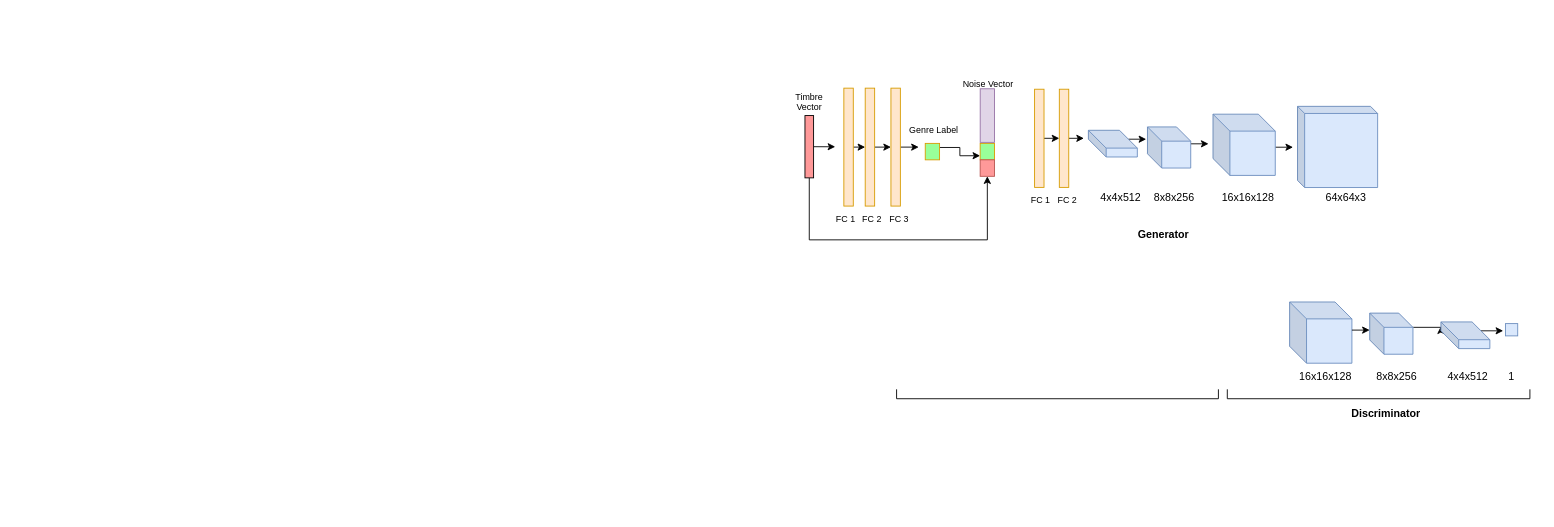
lbellman/SIN-esthesia keeps this draw.io diagram as SINesthesia_architecture.drawio. Above is the earlier version. Source tidied: cells renumbered, new cells numbered last; positions are measured from the earlier drawing's top-left corner, leaving out a move shared by most shapes. Both pictures are drawn from the tidied source at 89%, with x=0, y=0 at pixel (778, 70).
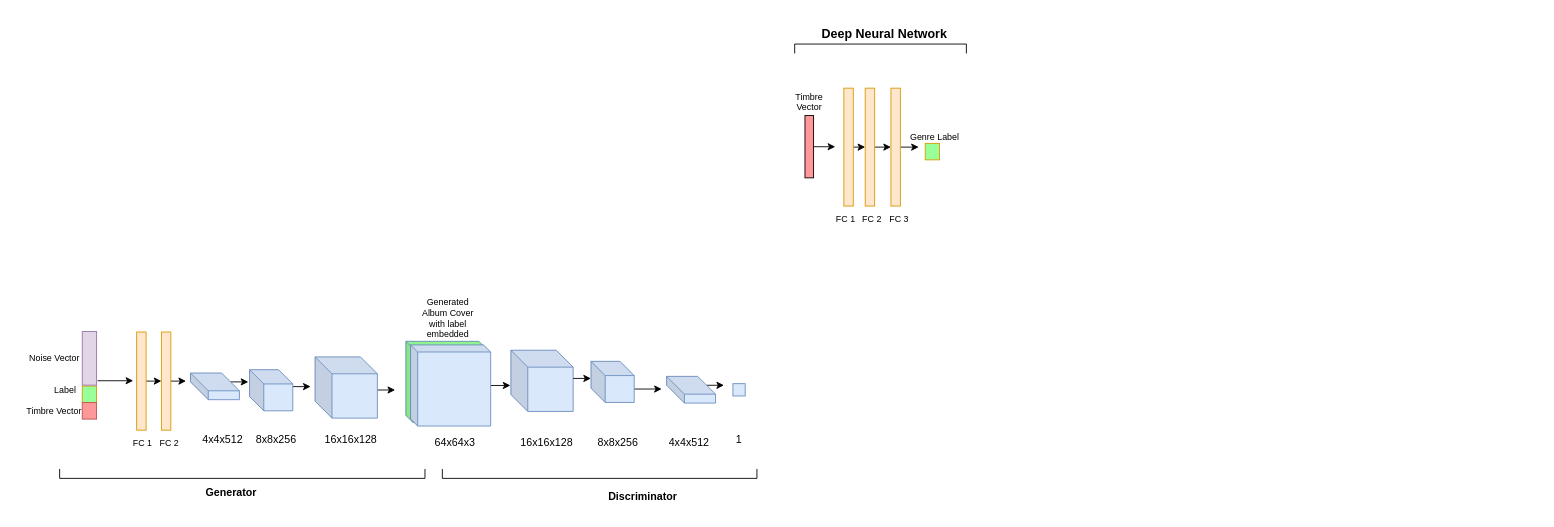
The same diagram, later.

Unchanged cells that the change refers to:
```xml
<mxCell id="36" style="rounded=0;whiteSpace=wrap;html=1;fontSize=10;fillColor=#FF9999;rotation=-90;" parent="1" vertex="1">
  <mxGeometry x="-0.2" y="80.5" width="70" height="9.7" as="geometry" />
</mxCell>
<mxCell id="48" style="rounded=0;whiteSpace=wrap;html=1;fillColor=#99FF99;rotation=90;strokeColor=#d79b00;" parent="1" vertex="1">
  <mxGeometry x="163.9" y="82.8" width="18.5" height="16.1" as="geometry" />
</mxCell>
```

Change to the diagram source:
```diff
@@
     <mxCell id="2" style="edgeStyle=orthogonalEdgeStyle;rounded=0;jettySize=auto;html=1;exitX=0;exitY=0;exitDx=45;exitDy=10;exitPerimeter=0;fontSize=10;" parent="1" edge="1" source="3">
       <mxGeometry relative="1" as="geometry">
-        <mxPoint x="413.4" y="76.7" as="targetPoint" />
+        <mxPoint x="-595.5" y="349.4" as="targetPoint" />
       </mxGeometry>
     </mxCell>
     <mxCell id="3" style="shape=cube;whiteSpace=wrap;html=1;boundedLbl=1;backgroundOutline=1;darkOpacity=0.05;darkOpacity2=0.1;fontSize=10;fillColor=#dae8fc;size=20;strokeColor=#6c8ebf;" parent="1" vertex="1">
-      <mxGeometry x="348.4" y="66.9" width="55" height="30" as="geometry" />
+      <mxGeometry x="-660.5" y="339.6" width="55" height="30" as="geometry" />
     </mxCell>
     <mxCell id="4" value="&lt;font style=&quot;font-size: 12px&quot;&gt;4x4x512&lt;/font&gt;" style="text;html=1;strokeColor=none;fillColor=none;align=center;verticalAlign=middle;whiteSpace=wrap;rounded=0;fontSize=10;" parent="1" vertex="1">
-      <mxGeometry x="354.8" y="127.5" width="60" height="30" as="geometry" />
+      <mxGeometry x="-654.1" y="400.2" width="60" height="30" as="geometry" />
     </mxCell>
     <mxCell id="5" style="edgeStyle=orthogonalEdgeStyle;rounded=0;jettySize=auto;html=1;exitX=0;exitY=0;exitDx=48.599999999999994;exitDy=19;exitPerimeter=0;fontSize=10;" parent="1" edge="1" source="6">
       <mxGeometry relative="1" as="geometry">
-        <mxPoint x="483.4" y="81.8" as="targetPoint" />
+        <mxPoint x="-525.5" y="354.6" as="targetPoint" />
       </mxGeometry>
     </mxCell>
     <mxCell id="6" style="shape=cube;whiteSpace=wrap;html=1;boundedLbl=1;backgroundOutline=1;darkOpacity=0.05;darkOpacity2=0.1;fontSize=10;fillColor=#dae8fc;size=16;strokeColor=#6c8ebf;" parent="1" vertex="1">
-      <mxGeometry x="414.8" y="63.1" width="48.6" height="46.2" as="geometry" />
+      <mxGeometry x="-594.1" y="335.9" width="48.6" height="46.2" as="geometry" />
     </mxCell>
     <mxCell id="7" value="&lt;font style=&quot;font-size: 12px&quot;&gt;8x8x256&lt;/font&gt;" style="text;html=1;strokeColor=none;fillColor=none;align=center;verticalAlign=middle;whiteSpace=wrap;rounded=0;fontSize=10;" parent="1" vertex="1">
-      <mxGeometry x="414.8" y="127.5" width="60" height="30" as="geometry" />
+      <mxGeometry x="-594.1" y="400.2" width="60" height="30" as="geometry" />
     </mxCell>
     <mxCell id="8" style="endArrow=classic;html=1;rounded=0;fontSize=10;" parent="1" edge="1">
       <mxGeometry relative="1" as="geometry">
-        <mxPoint x="558.4" y="85.9" as="sourcePoint" />
-        <mxPoint x="578.4" y="85.9" as="targetPoint" />
+        <mxPoint x="-450.5" y="358.7" as="sourcePoint" />
+        <mxPoint x="-430.5" y="358.7" as="targetPoint" />
       </mxGeometry>
     </mxCell>
     <mxCell id="9" style="shape=cube;whiteSpace=wrap;html=1;boundedLbl=1;backgroundOutline=1;darkOpacity=0.05;darkOpacity2=0.1;fontSize=10;fillColor=#dae8fc;size=19;strokeColor=#6c8ebf;" parent="1" vertex="1">
-      <mxGeometry x="488.4" y="48.8" width="70" height="68.8" as="geometry" />
+      <mxGeometry x="-520.5" y="321.5" width="70" height="68.8" as="geometry" />
     </mxCell>
     <mxCell id="10" value="&lt;font style=&quot;font-size: 12px&quot;&gt;16x16x128&lt;/font&gt;" style="text;html=1;strokeColor=none;fillColor=none;align=center;verticalAlign=middle;whiteSpace=wrap;rounded=0;fontSize=10;" parent="1" vertex="1">
-      <mxGeometry x="498.4" y="127.5" width="60" height="30" as="geometry" />
+      <mxGeometry x="-510.5" y="400.2" width="60" height="30" as="geometry" />
     </mxCell>
+    <mxCell id="54" style="edgeStyle=orthogonalEdgeStyle;rounded=0;jettySize=auto;html=1;exitX=0;exitY=0;exitDx=90;exitDy=49.625;exitPerimeter=0;fontSize=12;" parent="1" edge="1" source="11">
+      <mxGeometry relative="1" as="geometry">
+        <mxPoint x="-301" y="353.5" as="targetPoint" />
+      </mxGeometry>
+    </mxCell>
-    <mxCell id="11" style="shape=cube;whiteSpace=wrap;html=1;boundedLbl=1;backgroundOutline=1;darkOpacity=0.05;darkOpacity2=0.1;fontSize=10;fillColor=#dae8fc;size=8;strokeColor=#6c8ebf;" parent="1" vertex="1">
-      <mxGeometry x="583.4" y="40" width="90" height="91.2" as="geometry" />
+    <mxCell id="11" style="shape=cube;whiteSpace=wrap;html=1;boundedLbl=1;backgroundOutline=1;darkOpacity=0.05;darkOpacity2=0.1;fontSize=10;fillColor=#99FF99;size=8;strokeColor=#6c8ebf;" parent="1" vertex="1">
+      <mxGeometry x="-418.5" y="304" width="90" height="91.2" as="geometry" />
     </mxCell>
     <mxCell id="12" value="&lt;font style=&quot;font-size: 12px&quot;&gt;64x64x3&lt;/font&gt;" style="text;html=1;strokeColor=none;fillColor=none;align=center;verticalAlign=middle;whiteSpace=wrap;rounded=0;fontSize=10;" parent="1" vertex="1">
-      <mxGeometry x="608.4" y="127.5" width="60" height="30" as="geometry" />
+      <mxGeometry x="-393.5" y="402.8" width="60" height="30" as="geometry" />
     </mxCell>
@@
     <mxCell id="14" style="rounded=0;whiteSpace=wrap;html=1;fillColor=#ffe6cc;rotation=90;strokeColor=#d79b00;" parent="1" vertex="1">
-      <mxGeometry x="238.1" y="70.6" width="110.3" height="10.6" as="geometry" />
+      <mxGeometry x="-770.8" y="343.4" width="110.3" height="10.6" as="geometry" />
     </mxCell>
     <mxCell id="15" value="&lt;font style=&quot;font-size: 10px&quot;&gt;FC 1&lt;/font&gt;" style="text;html=1;strokeColor=none;fillColor=none;align=center;verticalAlign=middle;whiteSpace=wrap;rounded=0;fontSize=10;" parent="1" vertex="1">
-      <mxGeometry x="265" y="130" width="60" height="30" as="geometry" />
+      <mxGeometry x="-744" y="402.8" width="60" height="30" as="geometry" />
     </mxCell>
     <mxCell id="16" style="edgeStyle=orthogonalEdgeStyle;rounded=0;jettySize=auto;html=1;exitX=0.5;exitY=0;exitDx=0;exitDy=0;fontSize=10;" parent="1" edge="1" source="17">
       <mxGeometry relative="1" as="geometry">
-        <mxPoint x="343.4" y="76" as="targetPoint" />
+        <mxPoint x="-665.5" y="348.8" as="targetPoint" />
       </mxGeometry>
     </mxCell>
     <mxCell id="17" style="rounded=0;whiteSpace=wrap;html=1;fillColor=#ffe6cc;rotation=90;strokeColor=#d79b00;" parent="1" vertex="1">
-      <mxGeometry x="265.9" y="70.6" width="110.3" height="10.6" as="geometry" />
+      <mxGeometry x="-743" y="343.4" width="110.3" height="10.6" as="geometry" />
     </mxCell>
     <mxCell id="18" value="&lt;font style=&quot;font-size: 10px&quot;&gt;FC 2&lt;/font&gt;" style="text;html=1;strokeColor=none;fillColor=none;align=center;verticalAlign=middle;whiteSpace=wrap;rounded=0;fontSize=10;" parent="1" vertex="1">
-      <mxGeometry x="294.8" y="130" width="60" height="30" as="geometry" />
+      <mxGeometry x="-714.1" y="402.8" width="60" height="30" as="geometry" />
     </mxCell>
     <mxCell id="19" style="shape=cube;whiteSpace=wrap;html=1;boundedLbl=1;backgroundOutline=1;darkOpacity=0.05;darkOpacity2=0.1;fontSize=10;fillColor=#dae8fc;size=19;strokeColor=#6c8ebf;" parent="1" vertex="1">
-      <mxGeometry x="574.5" y="259.8" width="70" height="68.8" as="geometry" />
+      <mxGeometry x="-300.5" y="314" width="70" height="68.8" as="geometry" />
     </mxCell>
     <mxCell id="20" value="&lt;font style=&quot;font-size: 12px&quot;&gt;16x16x128&lt;/font&gt;" style="text;html=1;strokeColor=none;fillColor=none;align=center;verticalAlign=middle;whiteSpace=wrap;rounded=0;fontSize=10;" parent="1" vertex="1">
-      <mxGeometry x="584.5" y="328.5" width="60" height="30" as="geometry" />
+      <mxGeometry x="-290.5" y="402.8" width="60" height="30" as="geometry" />
     </mxCell>
-    <mxCell id="21" style="edgeStyle=orthogonalEdgeStyle;rounded=0;jettySize=auto;html=1;exitX=0;exitY=0;exitDx=48.6;exitDy=16;exitPerimeter=0;entryX=0;entryY=0;entryDx=0;entryDy=5;entryPerimeter=0;fontSize=10;" parent="1" edge="1" source="22" target="26">
-      <mxGeometry relative="1" as="geometry" />
-    </mxCell>
+    <mxCell id="55" style="edgeStyle=orthogonalEdgeStyle;rounded=0;jettySize=auto;html=1;exitX=0;exitY=0;exitDx=48.6;exitDy=31.12;exitPerimeter=0;fontSize=12;" parent="1" edge="1" source="22">
+      <mxGeometry relative="1" as="geometry">
+        <mxPoint x="-131" y="358.1" as="targetPoint" />
+      </mxGeometry>
+    </mxCell>
     <mxCell id="22" style="shape=cube;whiteSpace=wrap;html=1;boundedLbl=1;backgroundOutline=1;darkOpacity=0.05;darkOpacity2=0.1;fontSize=10;fillColor=#dae8fc;size=16;strokeColor=#6c8ebf;" parent="1" vertex="1">
-      <mxGeometry x="664.5" y="272.3" width="48.6" height="46.2" as="geometry" />
+      <mxGeometry x="-210.5" y="326.5" width="48.6" height="46.2" as="geometry" />
     </mxCell>
     <mxCell id="23" style="endArrow=classic;html=1;rounded=0;fontSize=10;" parent="1" edge="1">
       <mxGeometry relative="1" as="geometry">
-        <mxPoint x="644.5" y="291.4" as="sourcePoint" />
-        <mxPoint x="664.5" y="291.4" as="targetPoint" />
+        <mxPoint x="-230.5" y="345.7" as="sourcePoint" />
+        <mxPoint x="-210.5" y="345.7" as="targetPoint" />
       </mxGeometry>
     </mxCell>
     <mxCell id="24" value="&lt;font style=&quot;font-size: 12px&quot;&gt;8x8x256&lt;/font&gt;" style="text;html=1;strokeColor=none;fillColor=none;align=center;verticalAlign=middle;whiteSpace=wrap;rounded=0;fontSize=10;" parent="1" vertex="1">
-      <mxGeometry x="664.5" y="328.5" width="60" height="30" as="geometry" />
+      <mxGeometry x="-210.5" y="402.8" width="60" height="30" as="geometry" />
     </mxCell>
-    <mxCell id="25" style="edgeStyle=orthogonalEdgeStyle;rounded=0;jettySize=auto;html=1;exitX=0;exitY=0;exitDx=45;exitDy=10;exitPerimeter=0;fontSize=10;" parent="1" edge="1" source="26">
-      <mxGeometry relative="1" as="geometry">
-        <mxPoint x="814.5" y="292.6" as="targetPoint" />
-      </mxGeometry>
-    </mxCell>
+    <mxCell id="56" style="edgeStyle=orthogonalEdgeStyle;rounded=0;jettySize=auto;html=1;exitX=0;exitY=0;exitDx=45;exitDy=10;exitPerimeter=0;fontSize=12;" parent="1" edge="1" source="26">
+      <mxGeometry relative="1" as="geometry">
+        <mxPoint x="-61" y="353.5" as="targetPoint" />
+      </mxGeometry>
+    </mxCell>
     <mxCell id="26" style="shape=cube;whiteSpace=wrap;html=1;boundedLbl=1;backgroundOutline=1;darkOpacity=0.05;darkOpacity2=0.1;fontSize=10;fillColor=#dae8fc;size=20;strokeColor=#6c8ebf;" parent="1" vertex="1">
-      <mxGeometry x="744.5" y="282.2" width="55" height="30" as="geometry" />
+      <mxGeometry x="-125.5" y="343.4" width="55" height="30" as="geometry" />
     </mxCell>
     <mxCell id="27" style="whiteSpace=wrap;html=1;fontSize=12;fillColor=#dae8fc;strokeColor=#6c8ebf;" parent="1" vertex="1">
-      <mxGeometry x="817" y="284.1" width="13.8" height="13.8" as="geometry" />
+      <mxGeometry x="-51" y="351.6" width="13.8" height="13.8" as="geometry" />
     </mxCell>
     <mxCell id="28" value="&lt;font style=&quot;font-size: 12px&quot;&gt;4x4x512&lt;/font&gt;" style="text;html=1;strokeColor=none;fillColor=none;align=center;verticalAlign=middle;whiteSpace=wrap;rounded=0;fontSize=10;" parent="1" vertex="1">
-      <mxGeometry x="744.5" y="328.5" width="60" height="30" as="geometry" />
+      <mxGeometry x="-130.5" y="402.8" width="60" height="30" as="geometry" />
     </mxCell>
     <mxCell id="29" value="&lt;font style=&quot;font-size: 12px&quot;&gt;1&lt;/font&gt;" style="text;html=1;strokeColor=none;fillColor=none;align=center;verticalAlign=middle;whiteSpace=wrap;rounded=0;fontSize=10;" parent="1" vertex="1">
-      <mxGeometry x="793.9" y="328.5" width="60" height="30" as="geometry" />
+      <mxGeometry x="-74.1" y="400.2" width="60" height="30" as="geometry" />
     </mxCell>
     <mxCell id="30" value="&lt;font style=&quot;font-size: 12px&quot;&gt;&lt;b&gt;Generator&lt;/b&gt;&lt;/font&gt;" style="text;html=1;strokeColor=none;fillColor=none;align=center;verticalAlign=middle;whiteSpace=wrap;rounded=0;fontSize=10;" parent="1" vertex="1">
-      <mxGeometry x="403.4" y="168.8" width="60" height="30" as="geometry" />
+      <mxGeometry x="-667.5" y="453" width="105" height="42.5" as="geometry" />
     </mxCell>
     <mxCell id="31" value="&lt;font style=&quot;font-size: 12px&quot;&gt;&lt;b&gt;Discriminator&lt;/b&gt;&lt;/font&gt;" style="text;html=1;strokeColor=none;fillColor=none;align=center;verticalAlign=middle;whiteSpace=wrap;rounded=0;fontSize=10;" parent="1" vertex="1">
-      <mxGeometry x="653.1" y="369.8" width="60" height="30" as="geometry" />
+      <mxGeometry x="-182.5" y="464" width="60" height="30" as="geometry" />
     </mxCell>
     <mxCell id="32" style="shape=partialRectangle;whiteSpace=wrap;html=1;bottom=1;right=1;left=1;top=0;fillColor=none;routingCenterX=-0.5;fontSize=10;" parent="1" vertex="1">
-      <mxGeometry x="132.9" y="358.5" width="361.6" height="10" as="geometry" />
+      <mxGeometry x="-807.5" y="448" width="410.5" height="10" as="geometry" />
     </mxCell>
     <mxCell id="33" style="shape=partialRectangle;whiteSpace=wrap;html=1;bottom=1;right=1;left=1;top=0;fillColor=none;routingCenterX=-0.5;fontSize=10;" parent="1" vertex="1">
-      <mxGeometry x="504.5" y="358.5" width="340" height="10" as="geometry" />
+      <mxGeometry x="-377.5" y="448" width="353.5" height="10" as="geometry" />
     </mxCell>
@@
-    <mxCell id="35" style="edgeStyle=orthogonalEdgeStyle;rounded=0;jettySize=auto;html=1;exitX=0;exitY=0.5;exitDx=0;exitDy=0;entryX=1;entryY=0.5;entryDx=0;entryDy=0;fontSize=10;" parent="1" edge="1" source="36" target="52">
-      <mxGeometry relative="1" as="geometry">
-        <Array as="points">
-          <mxPoint x="35" y="190" />
-          <mxPoint x="235" y="190" />
-        </Array>
-      </mxGeometry>
-    </mxCell>
@@
-    <mxCell id="47" style="edgeStyle=orthogonalEdgeStyle;rounded=0;jettySize=auto;html=1;exitX=0.25;exitY=0;exitDx=0;exitDy=0;entryX=0.75;entryY=1;entryDx=0;entryDy=0;fontSize=10;" parent="1" edge="1" source="48" target="50">
-      <mxGeometry relative="1" as="geometry" />
-    </mxCell>
@@
     <mxCell id="49" value="&lt;font style=&quot;font-size: 10px&quot;&gt;Genre Label&lt;/font&gt;" style="text;html=1;strokeColor=none;fillColor=none;align=center;verticalAlign=middle;whiteSpace=wrap;rounded=0;fontSize=10;" parent="1" vertex="1">
-      <mxGeometry x="145.2" y="51.2" width="60" height="30" as="geometry" />
+      <mxGeometry x="145.9" y="58.5" width="60" height="30" as="geometry" />
     </mxCell>
     <mxCell id="50" style="rounded=0;whiteSpace=wrap;html=1;fillColor=#99FF99;rotation=90;strokeColor=#d79b00;" parent="1" vertex="1">
-      <mxGeometry x="225.6" y="82.8" width="18.5" height="16.1" as="geometry" />
+      <mxGeometry x="-783.3" y="355.5" width="18.5" height="16.1" as="geometry" />
     </mxCell>
     <mxCell id="51" style="rounded=0;whiteSpace=wrap;html=1;fillColor=#e1d5e7;rotation=90;strokeColor=#9673a6;" parent="1" vertex="1">
-      <mxGeometry x="204.8" y="42.3" width="60.2" height="16.1" as="geometry" />
+      <mxGeometry x="-804.1" y="315.1" width="60.2" height="16.1" as="geometry" />
     </mxCell>
     <mxCell id="52" style="rounded=0;whiteSpace=wrap;html=1;fillColor=#FF9999;rotation=90;strokeColor=#b85450;" parent="1" vertex="1">
-      <mxGeometry x="225.6" y="101.3" width="18.5" height="16.1" as="geometry" />
+      <mxGeometry x="-783.3" y="374.1" width="18.5" height="16.1" as="geometry" />
     </mxCell>
     <mxCell id="53" value="&lt;font style=&quot;font-size: 10px&quot;&gt;Noise Vector&lt;/font&gt;" style="text;html=1;strokeColor=none;fillColor=none;align=center;verticalAlign=middle;whiteSpace=wrap;rounded=0;fontSize=10;" parent="1" vertex="1">
-      <mxGeometry x="205.9" width="60" height="30" as="geometry" />
+      <mxGeometry x="-843.3" y="308" width="60" height="30" as="geometry" />
     </mxCell>
+    <mxCell id="57" style="endArrow=classic;html=1;rounded=0;fontSize=10;" parent="1" edge="1">
+      <mxGeometry relative="1" as="geometry">
+        <mxPoint x="-764.8" y="348.3" as="sourcePoint" />
+        <mxPoint x="-724.8" y="348.3" as="targetPoint" />
+      </mxGeometry>
+    </mxCell>
+    <mxCell id="58" value="&lt;font style=&quot;font-size: 14px&quot;&gt;&lt;b&gt;Deep Neural Network&lt;/b&gt;&lt;/font&gt;" style="text;html=1;strokeColor=none;fillColor=none;align=center;verticalAlign=middle;whiteSpace=wrap;rounded=0;fontSize=10;" parent="1" vertex="1">
+      <mxGeometry x="45.5" y="-62.5" width="146.5" height="42.5" as="geometry" />
+    </mxCell>
+    <mxCell id="59" style="shape=partialRectangle;whiteSpace=wrap;html=1;bottom=1;right=1;left=1;top=0;fillColor=none;routingCenterX=-0.5;fontSize=14;rotation=-180;" parent="1" vertex="1">
+      <mxGeometry x="18.4" y="-30" width="192.9" height="10" as="geometry" />
+    </mxCell>
+    <mxCell id="60" value="&lt;font style=&quot;font-size: 10px&quot;&gt;Generated Album Cover with label embedded&lt;/font&gt;" style="text;html=1;strokeColor=none;fillColor=none;align=center;verticalAlign=middle;whiteSpace=wrap;rounded=0;fontSize=10;" parent="1" vertex="1">
+      <mxGeometry x="-409.1" y="263" width="75.6" height="30" as="geometry" />
+    </mxCell>
+    <mxCell id="61" style="shape=cube;whiteSpace=wrap;html=1;boundedLbl=1;backgroundOutline=1;darkOpacity=0.05;darkOpacity2=0.1;fontSize=10;fillColor=#dae8fc;size=8;strokeColor=#6c8ebf;" parent="1" vertex="1">
+      <mxGeometry x="-413.2" y="308" width="90" height="91.2" as="geometry" />
+    </mxCell>
+    <mxCell id="62" value="&lt;font style=&quot;font-size: 10px&quot;&gt;Label&lt;/font&gt;" style="text;html=1;strokeColor=none;fillColor=none;align=center;verticalAlign=middle;whiteSpace=wrap;rounded=0;fontSize=10;" parent="1" vertex="1">
+      <mxGeometry x="-830.8" y="344.1" width="60" height="30" as="geometry" />
+    </mxCell>
+    <mxCell id="63" value="&lt;font style=&quot;font-size: 10px&quot;&gt;Timbre Vector&lt;/font&gt;" style="text;html=1;strokeColor=none;fillColor=none;align=center;verticalAlign=middle;whiteSpace=wrap;rounded=0;fontSize=10;" parent="1" vertex="1">
+      <mxGeometry x="-857.5" y="367.2" width="86.7" height="30" as="geometry" />
+    </mxCell>
```
